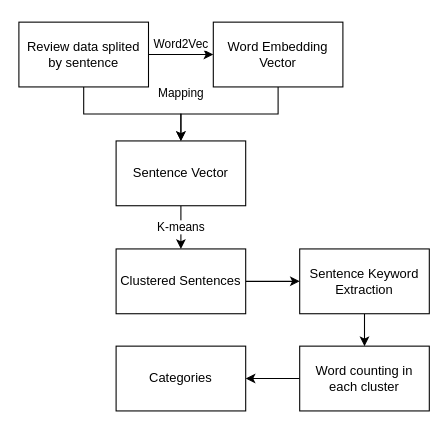
Above: Category_Extraction_FlowChart.drawio in donghyun-daniel/4_party_project (draw.io), before the change. Source tidied: cells renumbered, new cells numbered last; positions are measured from the earlier drawing's top-left corner, leaving out a move shared by most shapes. Both pictures are drawn from the tidied source at 108%, with x=0, y=0 at pixel (18, 22).
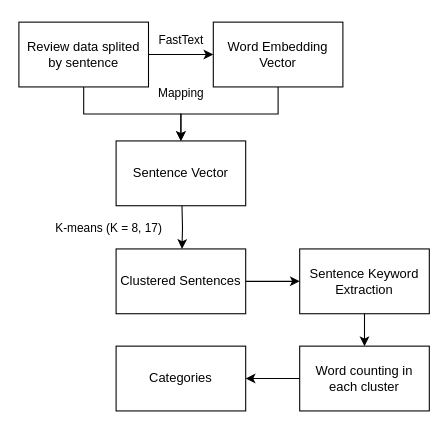
Above is the later version.

What changed in the source:
```diff
@@
 <mxGraphModel>
   <root>
     <mxCell id="0" />
     <mxCell id="1" parent="0" />
-    <mxCell id="2" value="Word2Vec" style="edgeStyle=orthogonalEdgeStyle;rounded=0;jettySize=auto;html=1;" parent="1" edge="1" source="4" target="7">
-      <mxGeometry y="10" relative="1" as="geometry" />
+    <mxCell id="2" value="&lt;br&gt;FastText" style="edgeStyle=orthogonalEdgeStyle;rounded=0;jettySize=auto;html=1;" parent="1" edge="1" source="4" target="7">
+      <mxGeometry y="20" relative="1" as="geometry" />
     </mxCell>
     <mxCell id="3" style="edgeStyle=orthogonalEdgeStyle;rounded=0;jettySize=auto;html=1;" parent="1" edge="1" source="4" target="9">
       <mxGeometry relative="1" as="geometry" />
     </mxCell>
     <mxCell id="4" value="Review data splited by sentence" style="rounded=0;whiteSpace=wrap;html=1;" parent="1" vertex="1">
       <mxGeometry width="120" height="60" as="geometry" />
     </mxCell>
     <mxCell id="5" style="edgeStyle=orthogonalEdgeStyle;rounded=0;jettySize=auto;html=1;" parent="1" edge="1" source="7" target="9">
       <mxGeometry relative="1" as="geometry" />
     </mxCell>
     <mxCell id="6" value="Mapping" style="edgeLabel;html=1;align=center;verticalAlign=middle;" parent="5" vertex="1">
       <mxGeometry x="0.32" y="1" relative="1" as="geometry">
         <mxPoint x="-24" y="-21" as="offset" />
       </mxGeometry>
     </mxCell>
     <mxCell id="7" value="Word Embedding Vector" style="rounded=0;whiteSpace=wrap;html=1;" parent="1" vertex="1">
       <mxGeometry x="180" width="120" height="60" as="geometry" />
     </mxCell>
-    <mxCell id="8" value="K-means" style="edgeStyle=orthogonalEdgeStyle;rounded=0;jettySize=auto;html=1;" parent="1" edge="1" source="9" target="11">
-      <mxGeometry relative="1" as="geometry" />
+    <mxCell id="8" value="K-means (K = 8, 17)" style="edgeStyle=orthogonalEdgeStyle;rounded=0;orthogonalLoop=1;jettySize=auto;html=1;" parent="1" edge="1">
+      <mxGeometry y="69" relative="1" as="geometry">
+        <mxPoint x="151" y="170" as="sourcePoint" />
+        <mxPoint x="151" y="210" as="targetPoint" />
+      </mxGeometry>
     </mxCell>
     <mxCell id="9" value="Sentence Vector" style="rounded=0;whiteSpace=wrap;html=1;" parent="1" vertex="1">
       <mxGeometry x="90" y="110" width="120" height="60" as="geometry" />
     </mxCell>
     <mxCell id="10" style="edgeStyle=orthogonalEdgeStyle;rounded=0;jettySize=auto;html=1;" parent="1" edge="1" source="11" target="13">
       <mxGeometry relative="1" as="geometry" />
     </mxCell>
     <mxCell id="11" value="Clustered Sentences" style="rounded=0;whiteSpace=wrap;html=1;" parent="1" vertex="1">
       <mxGeometry x="90" y="210" width="120" height="60" as="geometry" />
     </mxCell>
     <mxCell id="12" style="edgeStyle=orthogonalEdgeStyle;rounded=0;jettySize=auto;html=1;entryX=0.5;entryY=0;entryDx=0;entryDy=0;" parent="1" edge="1" source="13" target="15">
       <mxGeometry relative="1" as="geometry" />
     </mxCell>
     <mxCell id="13" value="Sentence Keyword Extraction" style="rounded=0;whiteSpace=wrap;html=1;" parent="1" vertex="1">
       <mxGeometry x="260" y="210" width="120" height="60" as="geometry" />
     </mxCell>
     <mxCell id="14" style="edgeStyle=orthogonalEdgeStyle;rounded=0;jettySize=auto;html=1;entryX=1;entryY=0.5;entryDx=0;entryDy=0;" parent="1" edge="1" source="15" target="16">
       <mxGeometry relative="1" as="geometry" />
     </mxCell>
     <mxCell id="15" value="Word counting in each cluster" style="rounded=0;whiteSpace=wrap;html=1;" parent="1" vertex="1">
       <mxGeometry x="260" y="300" width="120" height="60" as="geometry" />
     </mxCell>
     <mxCell id="16" value="Categories" style="rounded=0;whiteSpace=wrap;html=1;" parent="1" vertex="1">
       <mxGeometry x="90" y="300" width="120" height="60" as="geometry" />
     </mxCell>
   </root>
 </mxGraphModel>
```
